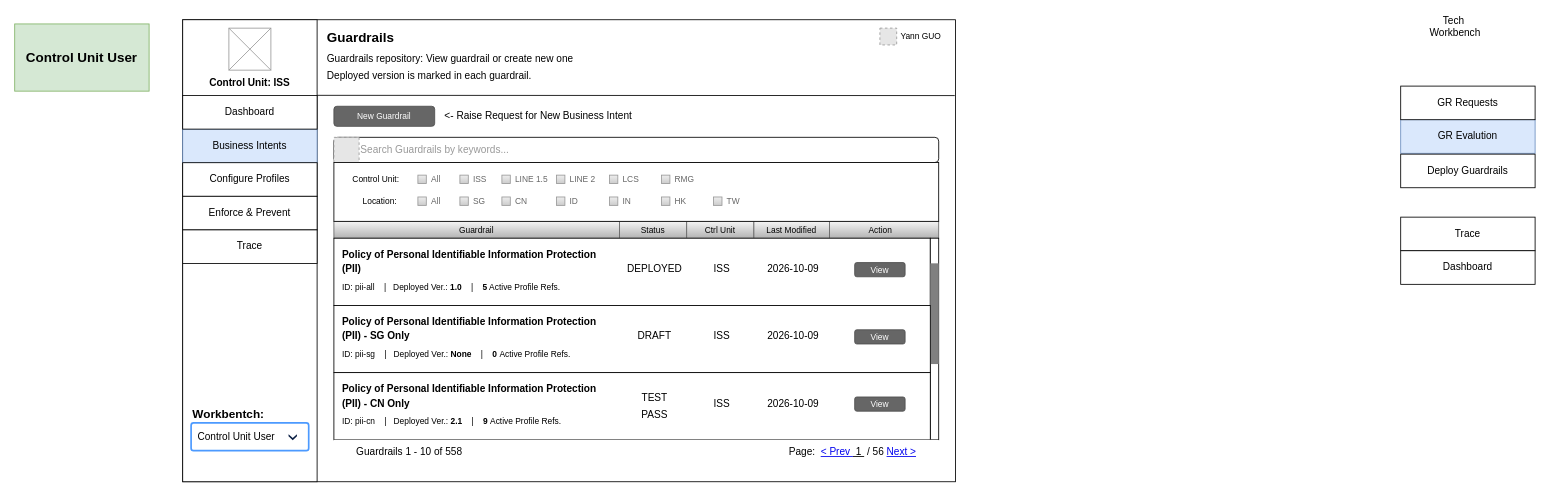
This is page "CUU-GR-Index" (5 of 19) of NMGR.drawio from thinker-g/fx-drive, a draw.io file, before an edit. Source tidied: cells renumbered, new cells numbered last; positions are measured from the earlier drawing's top-left corner, leaving out a move shared by most shapes. Both pictures are drawn from the tidied source at 84%, with x=0, y=0 at pixel (14, 13). Pictures stored in the file or linked from it are replaced by grey dashed boxes.
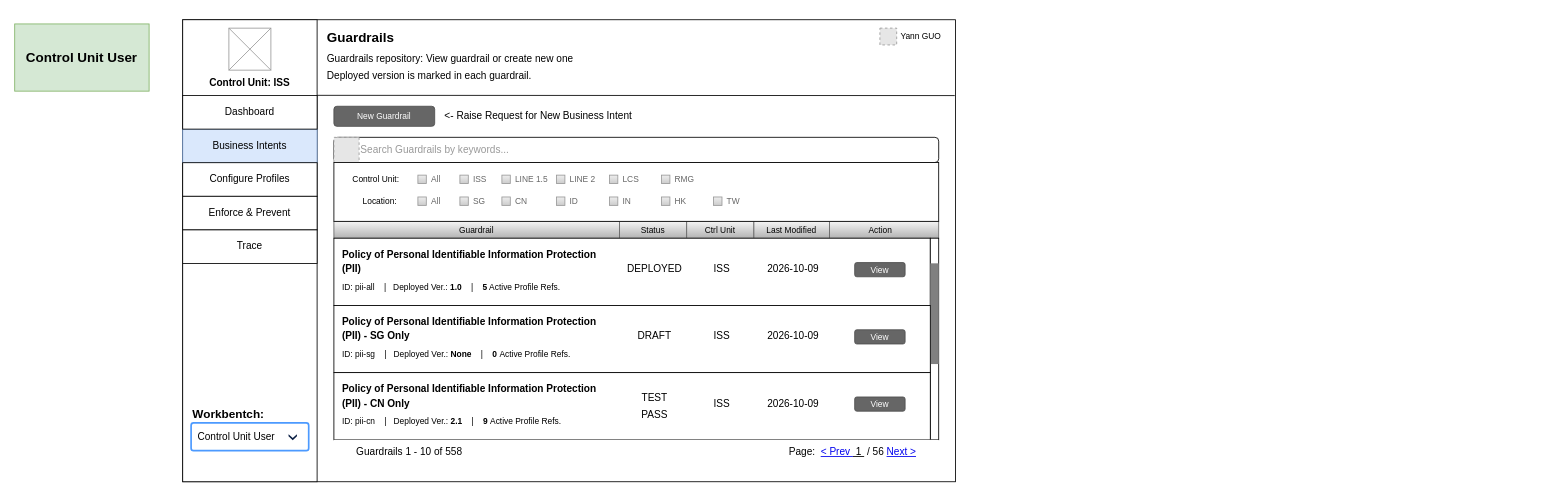
Above is the later version.

Change to the diagram source:
```diff
@@
-    <mxCell id="62" value="&lt;div&gt;Tech&amp;nbsp;&lt;/div&gt;&lt;div&gt;Workbench&lt;/div&gt;" style="text;html=1;whiteSpace=wrap;strokeColor=none;fillColor=none;align=center;verticalAlign=middle;rounded=0;" parent="1" vertex="1">
-      <mxGeometry x="1640" y="0.3" width="150" height="30" as="geometry" />
-    </mxCell>
-    <mxCell id="63" value="GR Evalution" style="rounded=0;whiteSpace=wrap;html=1;fillColor=#dae8fc;strokeColor=#6c8ebf;" parent="1" vertex="1">
-      <mxGeometry x="1650" y="126" width="160" height="40" as="geometry" />
-    </mxCell>
-    <mxCell id="64" value="GR Requests" style="rounded=0;whiteSpace=wrap;html=1;" parent="1" vertex="1">
-      <mxGeometry x="1650" y="86" width="160" height="40" as="geometry" />
-    </mxCell>
-    <mxCell id="65" value="Trace" style="rounded=0;whiteSpace=wrap;html=1;" parent="1" vertex="1">
-      <mxGeometry x="1650" y="242" width="160" height="40" as="geometry" />
-    </mxCell>
-    <mxCell id="66" value="Dashboard" style="rounded=0;whiteSpace=wrap;html=1;" parent="1" vertex="1">
-      <mxGeometry x="1650" y="282" width="160" height="40" as="geometry" />
-    </mxCell>
-    <mxCell id="67" value="Deploy Guardrails" style="rounded=0;whiteSpace=wrap;html=1;" parent="1" vertex="1">
-      <mxGeometry x="1650" y="167" width="160" height="40" as="geometry" />
-    </mxCell>
```
